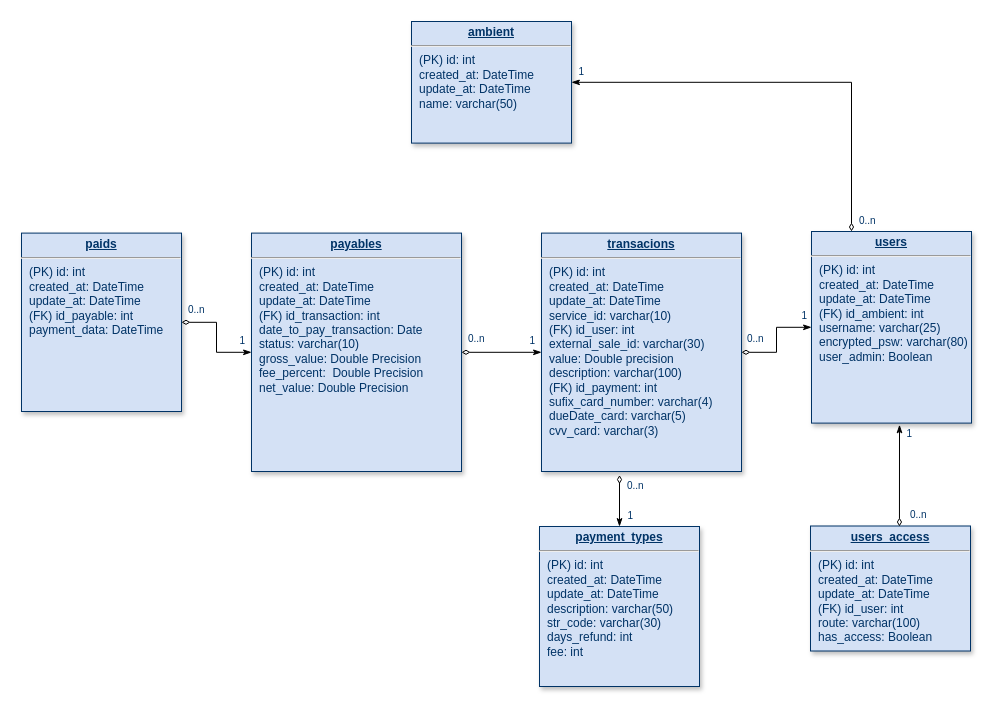
Earlier version of the draw.io diagram src/database/DIAGRAM_PostgreSQL.drawio (GuilhermeSantanaAndrade/PaymentServiceProvider). Source tidied: cells renumbered, new cells numbered last; positions are measured from the earlier drawing's top-left corner, leaving out a move shared by most shapes. Both pictures are drawn from the tidied source at 100%, with x=0, y=0 at pixel (21, 21).
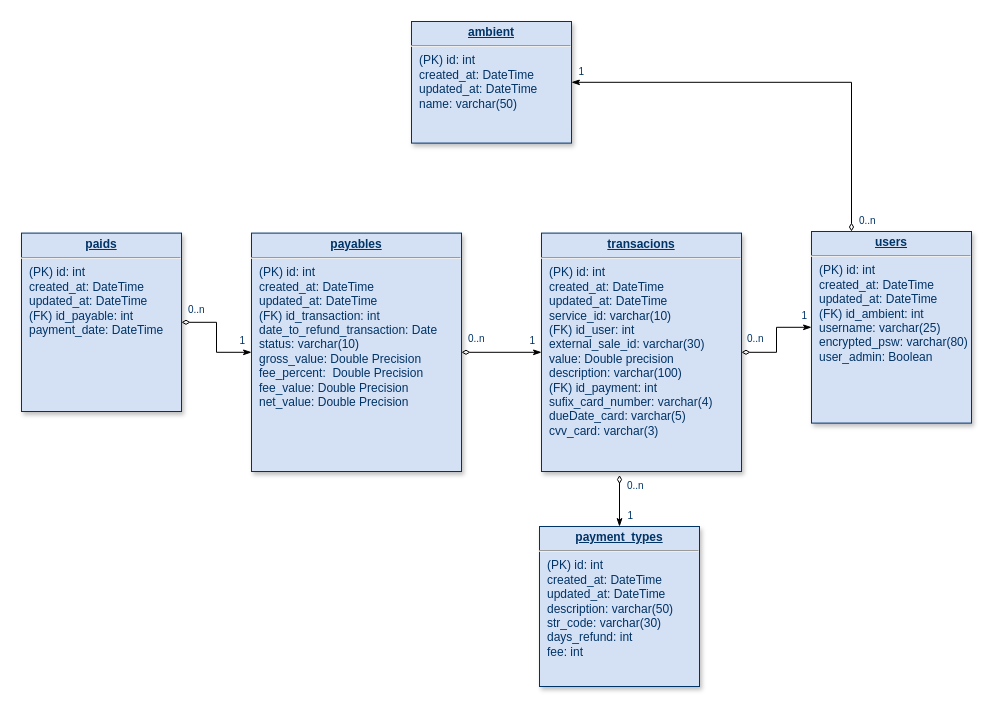
The same diagram, later.

Commit message (it also covers changes not shown here):
- Adicionado JWT e restrição nas rotas. - Criado rota para /authenticate e conseguir TOKEN - Removido migration users-access. Não faz mais sentido. - Mais alguns ajustes

What changed in the source:
```diff
@@
-    <mxCell id="3" value="&lt;p style=&quot;margin: 0px ; margin-top: 4px ; text-align: center ; text-decoration: underline&quot;&gt;&lt;strong&gt;users&lt;/strong&gt;&lt;/p&gt;&lt;hr&gt;&lt;p style=&quot;margin: 0px ; margin-left: 8px&quot;&gt;(PK) id: int&lt;br&gt;created_at: DateTime&lt;/p&gt;&lt;p style=&quot;margin: 0px ; margin-left: 8px&quot;&gt;update_at: DateTime&lt;/p&gt;&lt;p style=&quot;margin: 0px ; margin-left: 8px&quot;&gt;(FK) id_ambient: int&lt;/p&gt;&lt;p style=&quot;margin: 0px ; margin-left: 8px&quot;&gt;username: varchar(25)&lt;/p&gt;&lt;p style=&quot;margin: 0px ; margin-left: 8px&quot;&gt;encrypted_psw: varchar(80)&lt;/p&gt;&lt;p style=&quot;margin: 0px ; margin-left: 8px&quot;&gt;user_admin: Boolean&lt;/p&gt;" style="verticalAlign=top;align=left;overflow=fill;fontSize=12;fontFamily=Helvetica;html=1;strokeColor=#003366;shadow=1;fillColor=#D4E1F5;fontColor=#003366;" parent="1" vertex="1">
+    <mxCell id="3" value="&lt;p style=&quot;margin: 0px ; margin-top: 4px ; text-align: center ; text-decoration: underline&quot;&gt;&lt;strong&gt;users&lt;/strong&gt;&lt;/p&gt;&lt;hr&gt;&lt;p style=&quot;margin: 0px ; margin-left: 8px&quot;&gt;(PK) id: int&lt;br&gt;created_at: DateTime&lt;/p&gt;&lt;p style=&quot;margin: 0px ; margin-left: 8px&quot;&gt;updated_at: DateTime&lt;/p&gt;&lt;p style=&quot;margin: 0px ; margin-left: 8px&quot;&gt;(FK) id_ambient: int&lt;/p&gt;&lt;p style=&quot;margin: 0px ; margin-left: 8px&quot;&gt;username: varchar(25)&lt;/p&gt;&lt;p style=&quot;margin: 0px ; margin-left: 8px&quot;&gt;encrypted_psw: varchar(80)&lt;/p&gt;&lt;p style=&quot;margin: 0px ; margin-left: 8px&quot;&gt;user_admin: Boolean&lt;/p&gt;" style="verticalAlign=top;align=left;overflow=fill;fontSize=12;fontFamily=Helvetica;html=1;strokeColor=#003366;shadow=1;fillColor=#D4E1F5;fontColor=#003366;" parent="1" vertex="1">
       <mxGeometry x="790" y="210" width="160" height="191.6" as="geometry" />
     </mxCell>
-    <mxCell id="4" value="&lt;p style=&quot;margin: 0px ; margin-top: 4px ; text-align: center ; text-decoration: underline&quot;&gt;&lt;strong&gt;users_access&lt;/strong&gt;&lt;/p&gt;&lt;hr&gt;&lt;p style=&quot;margin: 0px ; margin-left: 8px&quot;&gt;(PK) id: int&lt;/p&gt;&lt;p style=&quot;margin: 0px 0px 0px 8px&quot;&gt;created_at: DateTime&lt;/p&gt;&lt;p style=&quot;margin: 0px 0px 0px 8px&quot;&gt;update_at: DateTime&lt;/p&gt;&lt;p style=&quot;margin: 0px 0px 0px 8px&quot;&gt;(FK) id_user: int&lt;br&gt;&lt;/p&gt;&lt;p style=&quot;margin: 0px 0px 0px 8px&quot;&gt;route: varchar(100)&lt;/p&gt;&lt;p style=&quot;margin: 0px 0px 0px 8px&quot;&gt;has_access: Boolean&lt;/p&gt;" style="verticalAlign=top;align=left;overflow=fill;fontSize=12;fontFamily=Helvetica;html=1;strokeColor=#003366;shadow=1;fillColor=#D4E1F5;fontColor=#003366;" parent="1" vertex="1">
-      <mxGeometry x="789" y="504.5" width="160" height="125" as="geometry" />
-    </mxCell>
-    <mxCell id="5" value="&lt;p style=&quot;margin: 0px ; margin-top: 4px ; text-align: center ; text-decoration: underline&quot;&gt;&lt;strong&gt;payment_types&lt;/strong&gt;&lt;/p&gt;&lt;hr&gt;&lt;p style=&quot;margin: 0px ; margin-left: 8px&quot;&gt;(PK) id: int&lt;/p&gt;&lt;p style=&quot;margin: 0px 0px 0px 8px&quot;&gt;created_at: DateTime&lt;/p&gt;&lt;p style=&quot;margin: 0px 0px 0px 8px&quot;&gt;update_at: DateTime&lt;/p&gt;&lt;p style=&quot;margin: 0px 0px 0px 8px&quot;&gt;description: varchar(50)&lt;/p&gt;&lt;p style=&quot;margin: 0px 0px 0px 8px&quot;&gt;str_code: varchar(30)&lt;/p&gt;&lt;p style=&quot;margin: 0px 0px 0px 8px&quot;&gt;days_refund: int&lt;/p&gt;&lt;p style=&quot;margin: 0px ; margin-left: 8px&quot;&gt;fee: int&lt;/p&gt;" style="verticalAlign=top;align=left;overflow=fill;fontSize=12;fontFamily=Helvetica;html=1;strokeColor=#003366;shadow=1;fillColor=#D4E1F5;fontColor=#003366;" parent="1" vertex="1">
+    <mxCell id="5" value="&lt;p style=&quot;margin: 0px ; margin-top: 4px ; text-align: center ; text-decoration: underline&quot;&gt;&lt;strong&gt;payment_types&lt;/strong&gt;&lt;/p&gt;&lt;hr&gt;&lt;p style=&quot;margin: 0px ; margin-left: 8px&quot;&gt;(PK) id: int&lt;/p&gt;&lt;p style=&quot;margin: 0px 0px 0px 8px&quot;&gt;created_at: DateTime&lt;/p&gt;&lt;p style=&quot;margin: 0px 0px 0px 8px&quot;&gt;updated_at: DateTime&lt;/p&gt;&lt;p style=&quot;margin: 0px 0px 0px 8px&quot;&gt;description: varchar(50)&lt;/p&gt;&lt;p style=&quot;margin: 0px 0px 0px 8px&quot;&gt;str_code: varchar(30)&lt;/p&gt;&lt;p style=&quot;margin: 0px 0px 0px 8px&quot;&gt;days_refund: int&lt;/p&gt;&lt;p style=&quot;margin: 0px ; margin-left: 8px&quot;&gt;fee: int&lt;/p&gt;" style="verticalAlign=top;align=left;overflow=fill;fontSize=12;fontFamily=Helvetica;html=1;strokeColor=#003366;shadow=1;fillColor=#D4E1F5;fontColor=#003366;" parent="1" vertex="1">
       <mxGeometry x="518" y="505" width="160" height="160" as="geometry" />
     </mxCell>
@@
-    <mxCell id="7" value="&lt;p style=&quot;margin: 0px ; margin-top: 4px ; text-align: center ; text-decoration: underline&quot;&gt;&lt;strong&gt;payables&lt;/strong&gt;&lt;/p&gt;&lt;hr&gt;&lt;p style=&quot;margin: 0px ; margin-left: 8px&quot;&gt;(PK) id: int&lt;/p&gt;&lt;p style=&quot;margin: 0px 0px 0px 8px&quot;&gt;created_at: DateTime&lt;/p&gt;&lt;p style=&quot;margin: 0px 0px 0px 8px&quot;&gt;update_at: DateTime&lt;/p&gt;&lt;p style=&quot;margin: 0px ; margin-left: 8px&quot;&gt;(FK) id_transaction:&lt;span&gt;&amp;nbsp;int&lt;/span&gt;&lt;/p&gt;&lt;p style=&quot;margin: 0px ; margin-left: 8px&quot;&gt;&lt;span&gt;date_to_pay_transaction: Date&lt;/span&gt;&lt;/p&gt;&lt;p style=&quot;margin: 0px ; margin-left: 8px&quot;&gt;&lt;span&gt;status: varchar(10)&lt;/span&gt;&lt;/p&gt;&lt;p style=&quot;margin: 0px ; margin-left: 8px&quot;&gt;&lt;span&gt;gross_value: Double Precision&lt;/span&gt;&lt;/p&gt;&lt;p style=&quot;margin: 0px ; margin-left: 8px&quot;&gt;&lt;span&gt;fee_percent:&amp;nbsp; Double Precision&lt;/span&gt;&lt;/p&gt;&lt;p style=&quot;margin: 0px ; margin-left: 8px&quot;&gt;&lt;span&gt;net_value: Double Precision&lt;/span&gt;&lt;/p&gt;&lt;p style=&quot;margin: 0px ; margin-left: 8px&quot;&gt;&lt;br&gt;&lt;/p&gt;&lt;p style=&quot;margin: 0px ; margin-left: 8px&quot;&gt;&lt;br&gt;&lt;/p&gt;" style="verticalAlign=top;align=left;overflow=fill;fontSize=12;fontFamily=Helvetica;html=1;strokeColor=#003366;shadow=1;fillColor=#D4E1F5;fontColor=#003366;" parent="1" vertex="1">
+    <mxCell id="7" value="&lt;p style=&quot;margin: 0px ; margin-top: 4px ; text-align: center ; text-decoration: underline&quot;&gt;&lt;strong&gt;payables&lt;/strong&gt;&lt;/p&gt;&lt;hr&gt;&lt;p style=&quot;margin: 0px ; margin-left: 8px&quot;&gt;(PK) id: int&lt;/p&gt;&lt;p style=&quot;margin: 0px 0px 0px 8px&quot;&gt;created_at: DateTime&lt;/p&gt;&lt;p style=&quot;margin: 0px 0px 0px 8px&quot;&gt;updated_at: DateTime&lt;/p&gt;&lt;p style=&quot;margin: 0px ; margin-left: 8px&quot;&gt;(FK) id_transaction:&lt;span&gt;&amp;nbsp;int&lt;/span&gt;&lt;/p&gt;&lt;p style=&quot;margin: 0px ; margin-left: 8px&quot;&gt;&lt;span&gt;date_to_refund_transaction: Date&lt;/span&gt;&lt;/p&gt;&lt;p style=&quot;margin: 0px ; margin-left: 8px&quot;&gt;&lt;span&gt;status: varchar(10)&lt;/span&gt;&lt;/p&gt;&lt;p style=&quot;margin: 0px ; margin-left: 8px&quot;&gt;&lt;span&gt;gross_value: Double Precision&lt;/span&gt;&lt;/p&gt;&lt;p style=&quot;margin: 0px ; margin-left: 8px&quot;&gt;&lt;span&gt;fee_percent:&amp;nbsp; Double Precision&lt;/span&gt;&lt;/p&gt;&lt;p style=&quot;margin: 0px ; margin-left: 8px&quot;&gt;&lt;span&gt;fee_value: Double Precision&lt;/span&gt;&lt;/p&gt;&lt;p style=&quot;margin: 0px ; margin-left: 8px&quot;&gt;&lt;span&gt;net_value: Double Precision&lt;/span&gt;&lt;/p&gt;&lt;p style=&quot;margin: 0px ; margin-left: 8px&quot;&gt;&lt;br&gt;&lt;/p&gt;&lt;p style=&quot;margin: 0px ; margin-left: 8px&quot;&gt;&lt;br&gt;&lt;/p&gt;" style="verticalAlign=top;align=left;overflow=fill;fontSize=12;fontFamily=Helvetica;html=1;strokeColor=#003366;shadow=1;fillColor=#D4E1F5;fontColor=#003366;" parent="1" vertex="1">
       <mxGeometry x="230" y="211.6" width="210" height="238.4" as="geometry" />
     </mxCell>
@@
-    <mxCell id="9" value="&lt;p style=&quot;margin: 0px ; margin-top: 4px ; text-align: center ; text-decoration: underline&quot;&gt;&lt;b&gt;transacions&lt;/b&gt;&lt;/p&gt;&lt;hr&gt;&lt;p style=&quot;margin: 0px ; margin-left: 8px&quot;&gt;(PK) id: int&lt;/p&gt;&lt;p style=&quot;margin: 0px ; margin-left: 8px&quot;&gt;created_at: DateTime&lt;/p&gt;&lt;p style=&quot;margin: 0px ; margin-left: 8px&quot;&gt;update_at: DateTime&lt;/p&gt;&lt;p style=&quot;margin: 0px ; margin-left: 8px&quot;&gt;service_id: varchar(10)&lt;/p&gt;&lt;p style=&quot;margin: 0px ; margin-left: 8px&quot;&gt;(FK) id_user&lt;span&gt;: int&lt;/span&gt;&lt;/p&gt;&lt;p style=&quot;margin: 0px ; margin-left: 8px&quot;&gt;external_sale_id: varchar(30)&lt;/p&gt;&lt;p style=&quot;margin: 0px ; margin-left: 8px&quot;&gt;value: Double precision&lt;/p&gt;&lt;p style=&quot;margin: 0px ; margin-left: 8px&quot;&gt;description: varchar(100)&lt;/p&gt;&lt;p style=&quot;margin: 0px ; margin-left: 8px&quot;&gt;(FK) id_payment&lt;span&gt;: int&lt;/span&gt;&lt;/p&gt;&lt;p style=&quot;margin: 0px ; margin-left: 8px&quot;&gt;sufix_card_number: varchar(4&lt;span&gt;)&lt;/span&gt;&lt;/p&gt;&lt;p style=&quot;margin: 0px ; margin-left: 8px&quot;&gt;&lt;span&gt;dueDate_card: varchar(5)&lt;/span&gt;&lt;/p&gt;&lt;p style=&quot;margin: 0px ; margin-left: 8px&quot;&gt;&lt;span&gt;cvv_card: varchar(3)&lt;/span&gt;&lt;/p&gt;&lt;p style=&quot;margin: 0px ; margin-left: 8px&quot;&gt;&lt;span&gt;&lt;br&gt;&lt;/span&gt;&lt;/p&gt;&lt;p style=&quot;margin: 0px ; margin-left: 8px&quot;&gt;&lt;span&gt;&lt;br&gt;&lt;/span&gt;&lt;/p&gt;&lt;p style=&quot;margin: 0px ; margin-left: 8px&quot;&gt;&lt;br&gt;&lt;/p&gt;&lt;p style=&quot;margin: 0px ; margin-left: 8px&quot;&gt;&lt;br&gt;&lt;/p&gt;" style="verticalAlign=top;align=left;overflow=fill;fontSize=12;fontFamily=Helvetica;html=1;strokeColor=#003366;shadow=1;fillColor=#D4E1F5;fontColor=#003366;" parent="1" vertex="1">
+    <mxCell id="9" value="&lt;p style=&quot;margin: 0px ; margin-top: 4px ; text-align: center ; text-decoration: underline&quot;&gt;&lt;b&gt;transacions&lt;/b&gt;&lt;/p&gt;&lt;hr&gt;&lt;p style=&quot;margin: 0px ; margin-left: 8px&quot;&gt;(PK) id: int&lt;/p&gt;&lt;p style=&quot;margin: 0px ; margin-left: 8px&quot;&gt;created_at: DateTime&lt;/p&gt;&lt;p style=&quot;margin: 0px ; margin-left: 8px&quot;&gt;updated_at: DateTime&lt;/p&gt;&lt;p style=&quot;margin: 0px ; margin-left: 8px&quot;&gt;service_id: varchar(10)&lt;/p&gt;&lt;p style=&quot;margin: 0px ; margin-left: 8px&quot;&gt;(FK) id_user&lt;span&gt;: int&lt;/span&gt;&lt;/p&gt;&lt;p style=&quot;margin: 0px ; margin-left: 8px&quot;&gt;external_sale_id: varchar(30)&lt;/p&gt;&lt;p style=&quot;margin: 0px ; margin-left: 8px&quot;&gt;value: Double precision&lt;/p&gt;&lt;p style=&quot;margin: 0px ; margin-left: 8px&quot;&gt;description: varchar(100)&lt;/p&gt;&lt;p style=&quot;margin: 0px ; margin-left: 8px&quot;&gt;(FK) id_payment&lt;span&gt;: int&lt;/span&gt;&lt;/p&gt;&lt;p style=&quot;margin: 0px ; margin-left: 8px&quot;&gt;sufix_card_number: varchar(4&lt;span&gt;)&lt;/span&gt;&lt;/p&gt;&lt;p style=&quot;margin: 0px ; margin-left: 8px&quot;&gt;&lt;span&gt;dueDate_card: varchar(5)&lt;/span&gt;&lt;/p&gt;&lt;p style=&quot;margin: 0px ; margin-left: 8px&quot;&gt;&lt;span&gt;cvv_card: varchar(3)&lt;/span&gt;&lt;/p&gt;&lt;p style=&quot;margin: 0px ; margin-left: 8px&quot;&gt;&lt;span&gt;&lt;br&gt;&lt;/span&gt;&lt;/p&gt;&lt;p style=&quot;margin: 0px ; margin-left: 8px&quot;&gt;&lt;span&gt;&lt;br&gt;&lt;/span&gt;&lt;/p&gt;&lt;p style=&quot;margin: 0px ; margin-left: 8px&quot;&gt;&lt;br&gt;&lt;/p&gt;&lt;p style=&quot;margin: 0px ; margin-left: 8px&quot;&gt;&lt;br&gt;&lt;/p&gt;" style="verticalAlign=top;align=left;overflow=fill;fontSize=12;fontFamily=Helvetica;html=1;strokeColor=#003366;shadow=1;fillColor=#D4E1F5;fontColor=#003366;" parent="1" vertex="1">
       <mxGeometry x="520" y="211.6" width="200" height="238.4" as="geometry" />
     </mxCell>
-    <mxCell id="10" style="endArrow=classicThin;endSize=6;startArrow=diamondThin;startSize=6;startFill=0;edgeStyle=orthogonalEdgeStyle;entryX=0.55;entryY=1.009;entryDx=0;entryDy=0;entryPerimeter=0;exitX=0.556;exitY=0.004;exitDx=0;exitDy=0;exitPerimeter=0;endFill=1;" parent="1" edge="1" source="4" target="3">
-      <mxGeometry y="160" as="geometry" />
-    </mxCell>
@@
-    <mxCell id="16" value="0..n" style="align=left;verticalAlign=top;labelBackgroundColor=#ffffff;fontSize=10;strokeColor=#003366;shadow=1;fillColor=#D4E1F5;fontColor=#003366;" parent="1" vertex="1">
-      <mxGeometry x="877" y="481" as="geometry">
-        <mxPoint x="10" as="offset" />
-      </mxGeometry>
-    </mxCell>
@@
-    <mxCell id="18" value="&lt;p style=&quot;margin: 0px ; margin-top: 4px ; text-align: center ; text-decoration: underline&quot;&gt;&lt;strong&gt;paids&lt;/strong&gt;&lt;/p&gt;&lt;hr&gt;&lt;p style=&quot;margin: 0px ; margin-left: 8px&quot;&gt;(PK) id: int&lt;/p&gt;&lt;p style=&quot;margin: 0px 0px 0px 8px&quot;&gt;created_at: DateTime&lt;/p&gt;&lt;p style=&quot;margin: 0px 0px 0px 8px&quot;&gt;update_at: DateTime&lt;/p&gt;&lt;p style=&quot;margin: 0px 0px 0px 8px&quot;&gt;(FK) id_payable: int&lt;/p&gt;&lt;p style=&quot;margin: 0px 0px 0px 8px&quot;&gt;payment_data: DateTime&lt;/p&gt;&lt;p style=&quot;margin: 0px 0px 0px 8px&quot;&gt;&lt;span style=&quot;color: rgba(0 , 0 , 0 , 0) ; font-family: monospace ; font-size: 0px&quot;&gt;(F%3CmxGraphModel%3E%3Croot%3E%3CmxCell%20id%3D%220%22%2F%3E%3CmxCell%20id%3D%221%22%20parent%3D%220%22%2F%3E%3CmxCell%20id%3D%222%22%20value%3D%220..n%22%20style%3D%22resizable%3D0%3Balign%3Dleft%3BverticalAlign%3Dtop%3BlabelBackgroundColor%3D%23ffffff%3BfontSize%3D10%3BstrokeColor%3D%23003366%3Bshadow%3D1%3BfillColor%3D%23D4E1F5%3BfontColor%3D%23003366%22%20connectable%3D%220%22%20vertex%3D%221%22%20parent%3D%221%22%3E%3CmxGeometry%20x%3D%22233.9999999999999%22%20y%3D%22114.57539999999995%22%20as%3D%22geometry%22%3E%3CmxPoint%20x%3D%2210%22%20as%3D%22offset%22%2F%3E%3C%2FmxGeometry%3E%3C%2FmxCell%3E%3C%2Froot%3E%3C%2FmxGraphModel%3E&lt;/span&gt;&lt;br&gt;&lt;/p&gt;" style="verticalAlign=top;align=left;overflow=fill;fontSize=12;fontFamily=Helvetica;html=1;strokeColor=#003366;shadow=1;fillColor=#D4E1F5;fontColor=#003366;" parent="1" vertex="1">
+    <mxCell id="18" value="&lt;p style=&quot;margin: 0px ; margin-top: 4px ; text-align: center ; text-decoration: underline&quot;&gt;&lt;strong&gt;paids&lt;/strong&gt;&lt;/p&gt;&lt;hr&gt;&lt;p style=&quot;margin: 0px ; margin-left: 8px&quot;&gt;(PK) id: int&lt;/p&gt;&lt;p style=&quot;margin: 0px 0px 0px 8px&quot;&gt;created_at: DateTime&lt;/p&gt;&lt;p style=&quot;margin: 0px 0px 0px 8px&quot;&gt;updated_at: DateTime&lt;/p&gt;&lt;p style=&quot;margin: 0px 0px 0px 8px&quot;&gt;(FK) id_payable: int&lt;/p&gt;&lt;p style=&quot;margin: 0px 0px 0px 8px&quot;&gt;payment_date: DateTime&lt;/p&gt;&lt;p style=&quot;margin: 0px 0px 0px 8px&quot;&gt;&lt;span style=&quot;color: rgba(0 , 0 , 0 , 0) ; font-family: monospace ; font-size: 0px&quot;&gt;(F%3CmxGraphModel%3E%3Croot%3E%3CmxCell%20id%3D%220%22%2F%3E%3CmxCell%20id%3D%221%22%20parent%3D%220%22%2F%3E%3CmxCell%20id%3D%222%22%20value%3D%220..n%22%20style%3D%22resizable%3D0%3Balign%3Dleft%3BverticalAlign%3Dtop%3BlabelBackgroundColor%3D%23ffffff%3BfontSize%3D10%3BstrokeColor%3D%23003366%3Bshadow%3D1%3BfillColor%3D%23D4E1F5%3BfontColor%3D%23003366%22%20connectable%3D%220%22%20vertex%3D%221%22%20parent%3D%221%22%3E%3CmxGeometry%20x%3D%22233.9999999999999%22%20y%3D%22114.57539999999995%22%20as%3D%22geometry%22%3E%3CmxPoint%20x%3D%2210%22%20as%3D%22offset%22%2F%3E%3C%2FmxGeometry%3E%3C%2FmxCell%3E%3C%2Froot%3E%3C%2FmxGraphModel%3E&lt;/span&gt;&lt;br&gt;&lt;/p&gt;" style="verticalAlign=top;align=left;overflow=fill;fontSize=12;fontFamily=Helvetica;html=1;strokeColor=#003366;shadow=1;fillColor=#D4E1F5;fontColor=#003366;" parent="1" vertex="1">
       <mxGeometry y="211.6" width="160" height="178.4" as="geometry" />
     </mxCell>
@@
-    <mxCell id="21" value="&lt;p style=&quot;margin: 0px ; margin-top: 4px ; text-align: center ; text-decoration: underline&quot;&gt;&lt;strong&gt;ambient&lt;/strong&gt;&lt;/p&gt;&lt;hr&gt;&lt;p style=&quot;margin: 0px ; margin-left: 8px&quot;&gt;(PK) id: int&lt;br&gt;created_at: DateTime&lt;/p&gt;&lt;p style=&quot;margin: 0px ; margin-left: 8px&quot;&gt;update_at: DateTime&lt;/p&gt;&lt;p style=&quot;margin: 0px ; margin-left: 8px&quot;&gt;name: varchar(50)&lt;/p&gt;" style="verticalAlign=top;align=left;overflow=fill;fontSize=12;fontFamily=Helvetica;html=1;strokeColor=#003366;shadow=1;fillColor=#D4E1F5;fontColor=#003366;" parent="1" vertex="1">
+    <mxCell id="21" value="&lt;p style=&quot;margin: 0px ; margin-top: 4px ; text-align: center ; text-decoration: underline&quot;&gt;&lt;strong&gt;ambient&lt;/strong&gt;&lt;/p&gt;&lt;hr&gt;&lt;p style=&quot;margin: 0px ; margin-left: 8px&quot;&gt;(PK) id: int&lt;br&gt;created_at: DateTime&lt;/p&gt;&lt;p style=&quot;margin: 0px ; margin-left: 8px&quot;&gt;updated_at: DateTime&lt;/p&gt;&lt;p style=&quot;margin: 0px ; margin-left: 8px&quot;&gt;name: varchar(50)&lt;/p&gt;" style="verticalAlign=top;align=left;overflow=fill;fontSize=12;fontFamily=Helvetica;html=1;strokeColor=#003366;shadow=1;fillColor=#D4E1F5;fontColor=#003366;" parent="1" vertex="1">
       <mxGeometry x="390" width="160" height="121.6" as="geometry" />
     </mxCell>
@@
-    <mxCell id="26" value="1" style="align=right;verticalAlign=top;labelBackgroundColor=#ffffff;fontSize=10;strokeColor=#003366;shadow=1;fillColor=#D4E1F5;fontColor=#003366;" parent="1" vertex="1">
-      <mxGeometry x="877" y="423" as="geometry">
-        <mxPoint x="15" y="-23" as="offset" />
-      </mxGeometry>
-    </mxCell>
```
